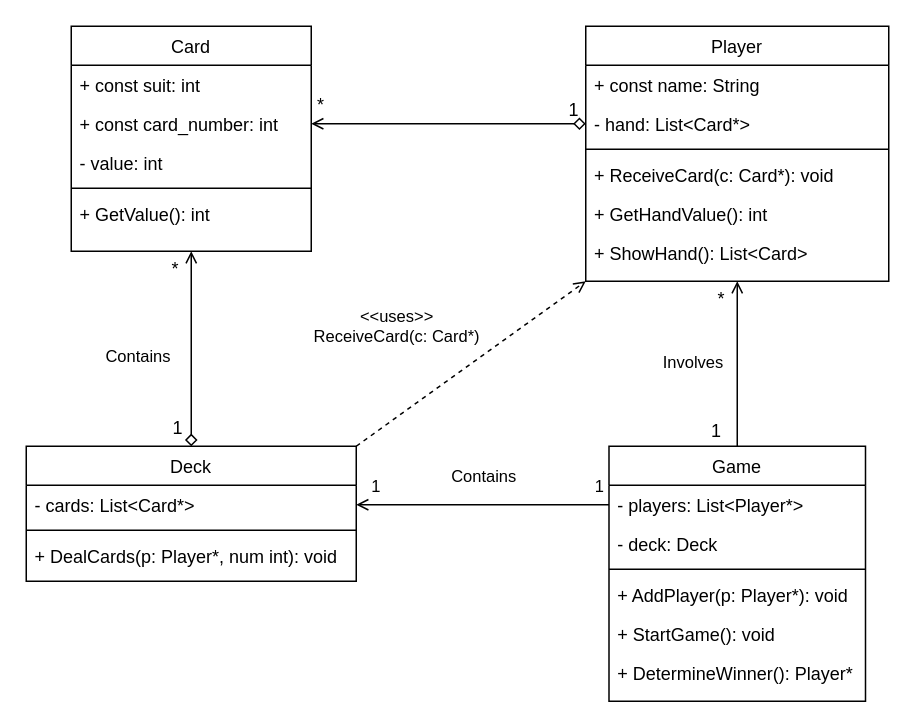
Above: assets/src/Deif exercise.drawio in Morsianeren/DeifExercisePublic (draw.io), before the change. Source tidied: cells renumbered, new cells numbered last; positions are measured from the earlier drawing's top-left corner, leaving out a move shared by most shapes. Both pictures are drawn from the tidied source at 150%, with x=0, y=0 at pixel (26, 26).
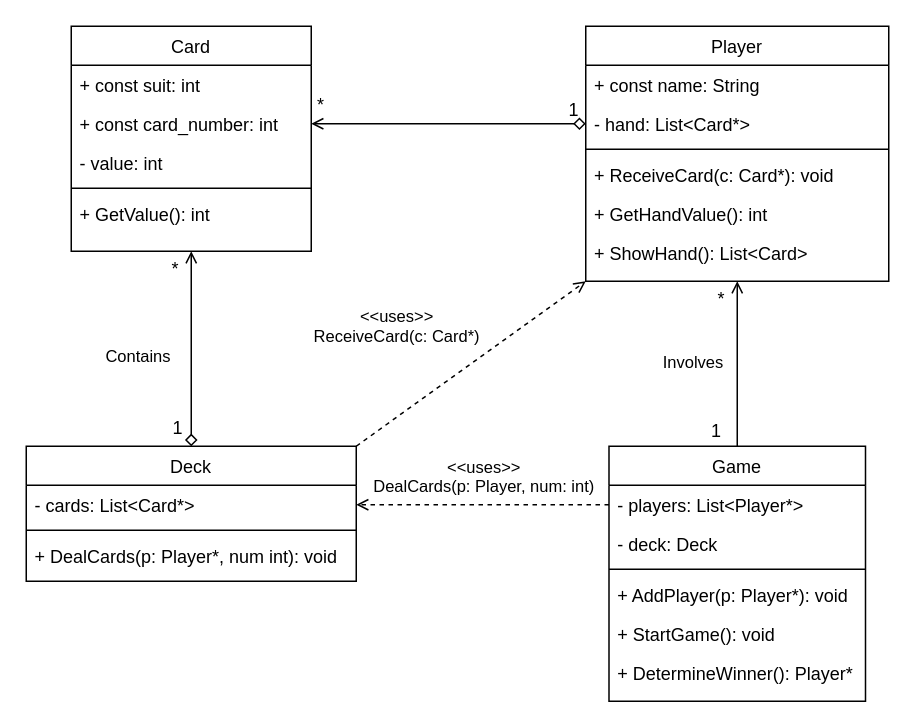
The same page after the edit.

The change refers to these unchanged cells:
```xml
<mxCell id="9" value="- cards: List&lt;Card*&gt;" style="text;align=left;verticalAlign=top;spacingLeft=4;spacingRight=4;overflow=hidden;points=[[0,0.5],[1,0.5]];portConstraint=eastwest;" parent="8" vertex="1">
  <mxGeometry y="26" width="220" height="26" as="geometry" />
</mxCell>
<mxCell id="20" value="- players: List&lt;Player*&gt;" style="text;align=left;verticalAlign=top;spacingLeft=4;spacingRight=4;overflow=hidden;points=[[0,0.5],[1,0.5]];portConstraint=eastwest;" parent="19" vertex="1">
  <mxGeometry y="26" width="171" height="26" as="geometry" />
</mxCell>
```

Diff of the diagram source:
```diff
@@
-    <mxCell id="36" value="Contains" style="endArrow=open;shadow=0;strokeWidth=1;rounded=0;curved=0;endFill=0;edgeStyle=elbowEdgeStyle;elbow=vertical;entryX=1;entryY=0.5;entryDx=0;entryDy=0;exitX=0;exitY=0.5;exitDx=0;exitDy=0;" parent="1" edge="1" source="20" target="9">
+    <mxCell id="36" value="&lt;&lt;uses&gt;&gt;&#10;DealCards(p: Player, num: int)" style="endArrow=open;shadow=0;strokeWidth=1;rounded=0;curved=0;endFill=0;edgeStyle=elbowEdgeStyle;elbow=vertical;entryX=1;entryY=0.5;entryDx=0;entryDy=0;exitX=0;exitY=0.5;exitDx=0;exitDy=0;dashed=1;" parent="1" edge="1" source="20" target="9">
       <mxGeometry x="-0.01" y="-19" relative="1" as="geometry">
         <Array as="points">
           <mxPoint x="325" y="319" />
         </Array>
       </mxGeometry>
     </mxCell>
-    <mxCell id="37" value="1" style="edgeLabel;html=1;align=center;verticalAlign=middle;" parent="36" vertex="1">
-      <mxGeometry x="-0.78" relative="1" as="geometry">
-        <mxPoint x="12" y="-13" as="offset" />
-      </mxGeometry>
-    </mxCell>
-    <mxCell id="38" value="1" style="edgeLabel;html=1;align=center;verticalAlign=middle;" parent="36" vertex="1">
-      <mxGeometry x="0.81" y="-1" relative="1" as="geometry">
-        <mxPoint x="-4" y="-12" as="offset" />
-      </mxGeometry>
-    </mxCell>
```
